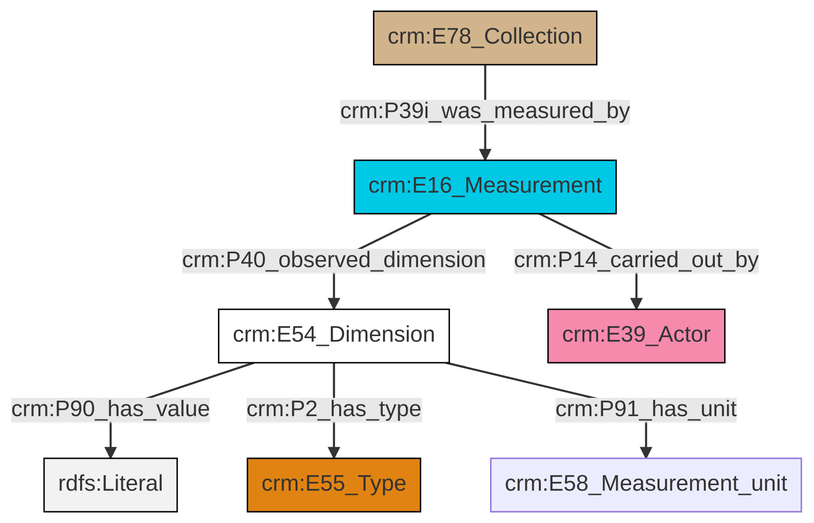
Before: et/archivalCSV/ttl/mmd/png/archival_substance.png, a diagram exported from Mermaid (swiss-art-research-net/docs.swissartresearch). Its source is kept beside it as et/archivalCSV/ttl/mmd/archival_substance.ttl.mmd.
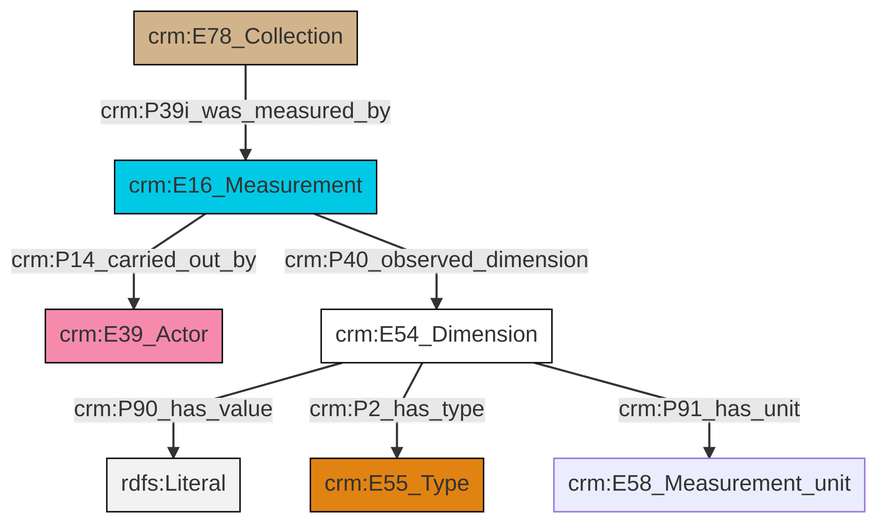
After the commit.

The edit, as a diff of the source:
```diff
@@ -13,9 +13,9 @@
 classDef PC_Classes fill:#4ce600, stroke:#000000;
 classDef Multi fill:#cccccc,stroke:#000000;
 
-0["crm:E16_Measurement"]:::Temporal_Entity -->|crm:P40_observed_dimension| 1["crm:E54_Dimension"]:::CRM_Entity
-5["crm:E78_Collection"]:::Physical_Thing -->|crm:P39i_was_measured_by| 0["crm:E16_Measurement"]:::Temporal_Entity
-1["crm:E54_Dimension"]:::CRM_Entity -->|crm:P90_has_value| 6[rdfs:Literal]:::Literal
-1["crm:E54_Dimension"]:::CRM_Entity -->|crm:P2_has_type| 8["crm:E55_Type"]:::Type
-1["crm:E54_Dimension"]:::CRM_Entity -->|crm:P91_has_unit| 9["crm:E58_Measurement_unit"]:::Default
-0["crm:E16_Measurement"]:::Temporal_Entity -->|crm:P14_carried_out_by| 3["crm:E39_Actor"]:::Actor
+4["crm:E16_Measurement"]:::Temporal_Entity -->|crm:P14_carried_out_by| 5["crm:E39_Actor"]:::Actor
+6["crm:E54_Dimension"]:::CRM_Entity -->|crm:P90_has_value| 8[rdfs:Literal]:::Literal
+10["crm:E78_Collection"]:::Physical_Thing -->|crm:P39i_was_measured_by| 4["crm:E16_Measurement"]:::Temporal_Entity
+4["crm:E16_Measurement"]:::Temporal_Entity -->|crm:P40_observed_dimension| 6["crm:E54_Dimension"]:::CRM_Entity
+6["crm:E54_Dimension"]:::CRM_Entity -->|crm:P2_has_type| 0["crm:E55_Type"]:::Type
+6["crm:E54_Dimension"]:::CRM_Entity -->|crm:P91_has_unit| 2["crm:E58_Measurement_unit"]:::Default
```
